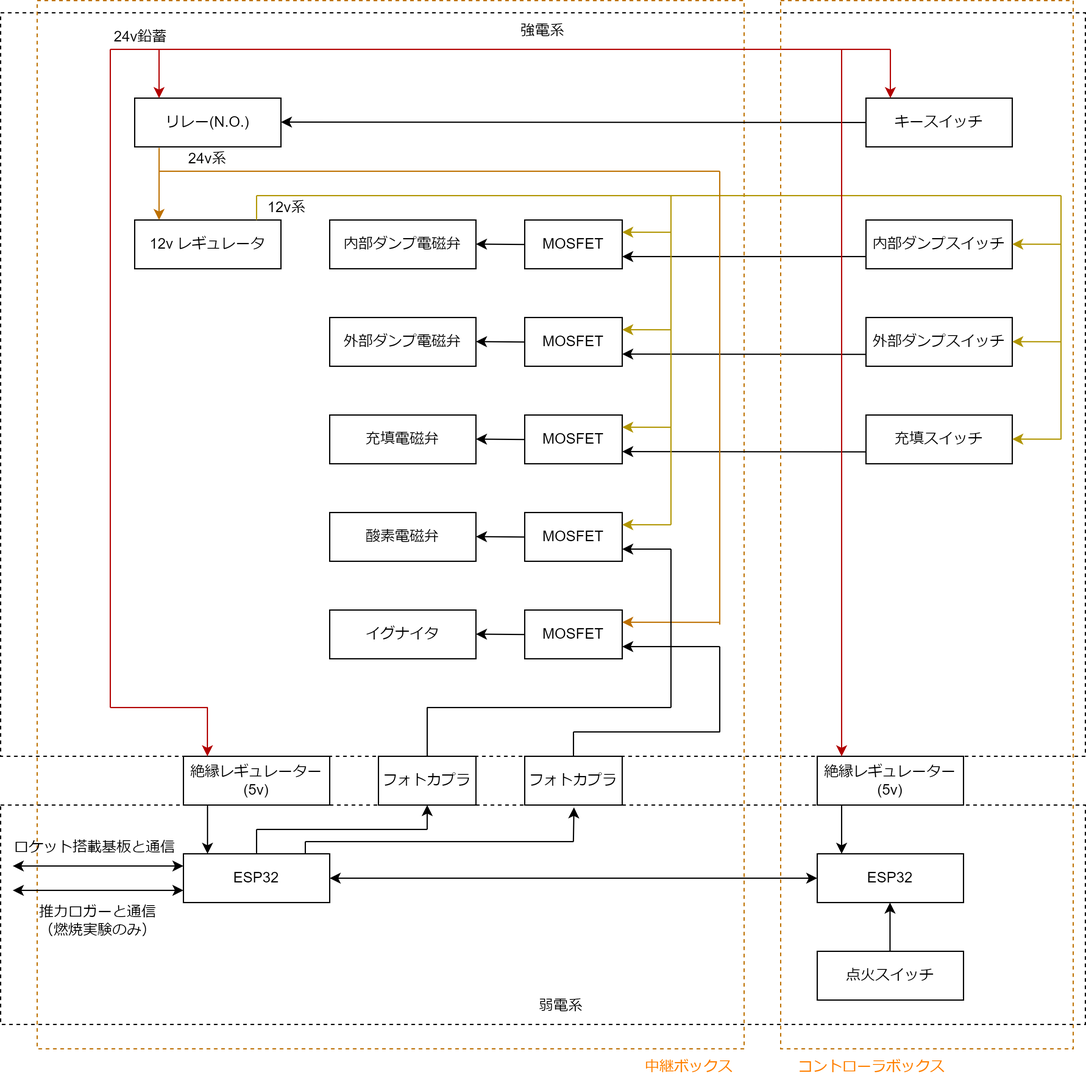
Above: documents/figures/GSEAviChart.drawio.png in CREATE-ROCKET/Avi_71L_valveSystem (draw.io), before the change. Source tidied: cells renumbered, new cells last; positions are measured from the earlier drawing's top-left corner, leaving out a move shared by most shapes.
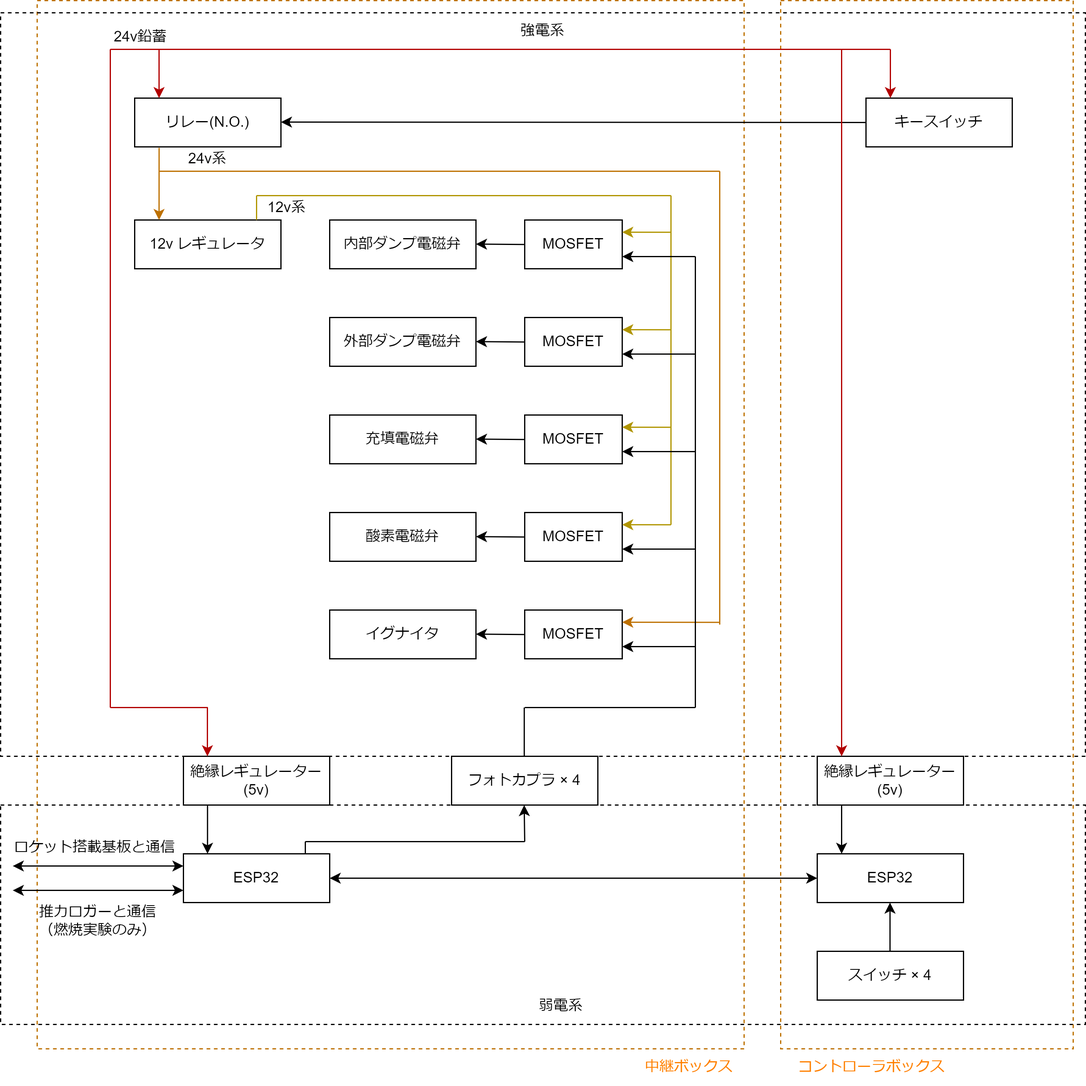
Above is the later version.

What changed in the source:
```diff
@@ -2,28 +2,22 @@
   <root>
     <mxCell id="0" />
     <mxCell id="1" parent="0" />
+    <mxCell id="4" style="rounded=0;whiteSpace=wrap;html=1;dashed=1;fillColor=none;fontColor=#000000;strokeColor=#BD7000;" parent="1" vertex="1">
+      <mxGeometry x="30" width="580" height="860" as="geometry" />
+    </mxCell>
+    <mxCell id="3" style="rounded=0;whiteSpace=wrap;html=1;fillColor=none;dashed=1;" parent="1" vertex="1">
+      <mxGeometry y="10" width="890" height="610" as="geometry" />
+    </mxCell>
     <mxCell id="2" style="rounded=0;whiteSpace=wrap;html=1;fillColor=none;dashed=1;" parent="1" vertex="1">
       <mxGeometry y="660" width="890" height="180" as="geometry" />
     </mxCell>
-    <mxCell id="3" style="rounded=0;whiteSpace=wrap;html=1;fillColor=none;dashed=1;" parent="1" vertex="1">
-      <mxGeometry y="10" width="890" height="610" as="geometry" />
-    </mxCell>
-    <mxCell id="4" style="rounded=0;whiteSpace=wrap;html=1;dashed=1;fillColor=none;fontColor=#000000;strokeColor=#BD7000;" parent="1" vertex="1">
-      <mxGeometry x="30" width="580" height="860" as="geometry" />
-    </mxCell>
-    <mxCell id="5" value="内部ダンプスイッチ" style="rounded=0;whiteSpace=wrap;html=1;" parent="1" vertex="1">
-      <mxGeometry x="710" y="180" width="120" height="40" as="geometry" />
-    </mxCell>
+    <mxCell id="86" style="rounded=0;whiteSpace=wrap;html=1;dashed=1;fillColor=none;fontColor=#000000;strokeColor=#BD7000;" parent="1" vertex="1">
+      <mxGeometry x="640" width="240" height="860" as="geometry" />
+    </mxCell>
     <mxCell id="6" value="キースイッチ" style="rounded=0;whiteSpace=wrap;html=1;" parent="1" vertex="1">
       <mxGeometry x="710" y="80" width="120" height="40" as="geometry" />
     </mxCell>
-    <mxCell id="7" value="外部ダンプスイッチ" style="rounded=0;whiteSpace=wrap;html=1;" parent="1" vertex="1">
-      <mxGeometry x="710" y="260" width="120" height="40" as="geometry" />
-    </mxCell>
-    <mxCell id="8" value="充填スイッチ" style="rounded=0;whiteSpace=wrap;html=1;" parent="1" vertex="1">
-      <mxGeometry x="710" y="340" width="120" height="40" as="geometry" />
-    </mxCell>
-    <mxCell id="9" value="点火スイッチ" style="rounded=0;whiteSpace=wrap;html=1;" parent="1" vertex="1">
+    <mxCell id="9" value="スイッチ × 4" style="rounded=0;whiteSpace=wrap;html=1;" parent="1" vertex="1">
       <mxGeometry x="670" y="780" width="120" height="40" as="geometry" />
     </mxCell>
     <mxCell id="10" value="ESP32" style="rounded=0;whiteSpace=wrap;html=1;" parent="1" vertex="1">
@@ -67,30 +61,6 @@
     <mxCell id="19" value="24v系" style="text;html=1;strokeColor=none;fillColor=none;align=center;verticalAlign=middle;whiteSpace=wrap;rounded=0;" parent="1" vertex="1">
       <mxGeometry x="145" y="110" width="50" height="40" as="geometry" />
     </mxCell>
-    <mxCell id="20" style="endArrow=classic;html=1;fillColor=#e3c800;strokeColor=#B09500;" parent="1" edge="1">
-      <mxGeometry relative="1" as="geometry">
-        <mxPoint x="870" y="199.9" as="sourcePoint" />
-        <mxPoint x="830" y="199.8" as="targetPoint" />
-      </mxGeometry>
-    </mxCell>
-    <mxCell id="21" style="endArrow=classic;html=1;fillColor=#e3c800;strokeColor=#B09500;" parent="1" edge="1">
-      <mxGeometry relative="1" as="geometry">
-        <mxPoint x="870" y="279.9" as="sourcePoint" />
-        <mxPoint x="830" y="279.8" as="targetPoint" />
-      </mxGeometry>
-    </mxCell>
-    <mxCell id="22" style="endArrow=classic;html=1;fillColor=#e3c800;strokeColor=#B09500;" parent="1" edge="1">
-      <mxGeometry relative="1" as="geometry">
-        <mxPoint x="870" y="359.8" as="sourcePoint" />
-        <mxPoint x="830" y="359.8" as="targetPoint" />
-      </mxGeometry>
-    </mxCell>
-    <mxCell id="23" style="endArrow=none;html=1;fillColor=#e3c800;strokeColor=#B09500;endFill=0;" parent="1" edge="1">
-      <mxGeometry relative="1" as="geometry">
-        <mxPoint x="870" y="160" as="sourcePoint" />
-        <mxPoint x="870" y="360" as="targetPoint" />
-      </mxGeometry>
-    </mxCell>
     <mxCell id="24" value="12v系" style="text;html=1;strokeColor=none;fillColor=none;align=center;verticalAlign=middle;whiteSpace=wrap;rounded=0;" parent="1" vertex="1">
       <mxGeometry x="210" y="150" width="50" height="40" as="geometry" />
     </mxCell>
@@ -103,7 +73,7 @@
     <mxCell id="26" style="endArrow=none;html=1;fillColor=#e3c800;strokeColor=#B09500;endFill=0;" parent="1" edge="1">
       <mxGeometry relative="1" as="geometry">
         <mxPoint x="210" y="160" as="sourcePoint" />
-        <mxPoint x="870" y="160" as="targetPoint" />
+        <mxPoint x="550" y="160" as="targetPoint" />
       </mxGeometry>
     </mxCell>
     <mxCell id="27" style="endArrow=none;html=1;fillColor=#e3c800;strokeColor=#B09500;endFill=0;" parent="1" edge="1">
@@ -158,19 +128,6 @@
         <mxPoint x="390" y="359.8" as="targetPoint" />
       </mxGeometry>
     </mxCell>
-    <mxCell id="39" style="endArrow=classic;html=1;exitX=0;exitY=0.75;exitDx=0;exitDy=0;entryX=1;entryY=0.75;entryDx=0;entryDy=0;" parent="1" edge="1" source="5" target="30">
-      <mxGeometry relative="1" as="geometry" />
-    </mxCell>
-    <mxCell id="40" style="endArrow=classic;html=1;exitX=0;exitY=0.75;exitDx=0;exitDy=0;entryX=1;entryY=0.75;entryDx=0;entryDy=0;" parent="1" edge="1" target="33">
-      <mxGeometry relative="1" as="geometry">
-        <mxPoint x="710" y="290.2" as="sourcePoint" />
-      </mxGeometry>
-    </mxCell>
-    <mxCell id="41" style="endArrow=classic;html=1;exitX=0;exitY=0.75;exitDx=0;exitDy=0;entryX=1;entryY=0.75;entryDx=0;entryDy=0;" parent="1" edge="1" target="36">
-      <mxGeometry relative="1" as="geometry">
-        <mxPoint x="710" y="370.2" as="sourcePoint" />
-      </mxGeometry>
-    </mxCell>
     <mxCell id="42" style="endArrow=none;html=1;fillColor=#e3c800;strokeColor=#B09500;endFill=0;" parent="1" edge="1">
       <mxGeometry relative="1" as="geometry">
         <mxPoint x="550" y="430" as="sourcePoint" />
@@ -243,56 +200,31 @@
         <mxPoint x="130" y="140" as="targetPoint" />
       </mxGeometry>
     </mxCell>
-    <mxCell id="56" style="edgeStyle=none;html=1;endArrow=none;endFill=0;" parent="1" edge="1" source="57">
+    <mxCell id="56" style="edgeStyle=none;html=1;endArrow=none;endFill=0;" parent="1" edge="1">
       <mxGeometry relative="1" as="geometry">
-        <mxPoint x="350" y="580" as="targetPoint" />
+        <mxPoint x="429.6" y="620" as="sourcePoint" />
+        <mxPoint x="429.6" y="580" as="targetPoint" />
       </mxGeometry>
     </mxCell>
-    <mxCell id="57" value="フォトカプラ" style="rounded=0;whiteSpace=wrap;html=1;" parent="1" vertex="1">
-      <mxGeometry x="310" y="620" width="80" height="40" as="geometry" />
-    </mxCell>
-    <mxCell id="58" style="edgeStyle=none;html=1;endArrow=none;endFill=0;" parent="1" edge="1" source="59">
-      <mxGeometry relative="1" as="geometry">
-        <mxPoint x="470" y="600" as="targetPoint" />
-      </mxGeometry>
-    </mxCell>
-    <mxCell id="59" value="フォトカプラ" style="rounded=0;whiteSpace=wrap;html=1;" parent="1" vertex="1">
-      <mxGeometry x="430" y="620" width="80" height="40" as="geometry" />
+    <mxCell id="59" value="フォトカプラ × 4" style="rounded=0;whiteSpace=wrap;html=1;" parent="1" vertex="1">
+      <mxGeometry x="370" y="620" width="120" height="40" as="geometry" />
     </mxCell>
-    <mxCell id="60" style="endArrow=classic;html=1;entryX=1;entryY=0.75;entryDx=0;entryDy=0;" parent="1" edge="1">
-      <mxGeometry relative="1" as="geometry">
-        <mxPoint x="550" y="450" as="sourcePoint" />
-        <mxPoint x="510" y="450" as="targetPoint" />
-      </mxGeometry>
-    </mxCell>
     <mxCell id="61" style="endArrow=classic;html=1;entryX=1;entryY=0.75;entryDx=0;entryDy=0;" parent="1" edge="1">
       <mxGeometry relative="1" as="geometry">
-        <mxPoint x="590" y="530" as="sourcePoint" />
+        <mxPoint x="570" y="530" as="sourcePoint" />
         <mxPoint x="510" y="530" as="targetPoint" />
       </mxGeometry>
     </mxCell>
     <mxCell id="62" style="endArrow=none;html=1;endFill=0;" parent="1" edge="1">
       <mxGeometry relative="1" as="geometry">
-        <mxPoint x="550" y="450" as="sourcePoint" />
-        <mxPoint x="550" y="580" as="targetPoint" />
+        <mxPoint x="570" y="210" as="sourcePoint" />
+        <mxPoint x="570" y="580" as="targetPoint" />
       </mxGeometry>
     </mxCell>
-    <mxCell id="63" style="endArrow=none;html=1;endFill=0;" parent="1" edge="1">
-      <mxGeometry relative="1" as="geometry">
-        <mxPoint x="550" y="580" as="sourcePoint" />
-        <mxPoint x="349.8" y="580" as="targetPoint" />
-      </mxGeometry>
-    </mxCell>
-    <mxCell id="64" style="endArrow=none;html=1;endFill=0;" parent="1" edge="1">
-      <mxGeometry relative="1" as="geometry">
-        <mxPoint x="590" y="530" as="sourcePoint" />
-        <mxPoint x="590" y="600" as="targetPoint" />
-      </mxGeometry>
-    </mxCell>
     <mxCell id="65" style="endArrow=none;html=1;endFill=0;" parent="1" edge="1">
       <mxGeometry relative="1" as="geometry">
-        <mxPoint x="590.2" y="600" as="sourcePoint" />
-        <mxPoint x="470" y="600" as="targetPoint" />
+        <mxPoint x="570" y="580" as="sourcePoint" />
+        <mxPoint x="430" y="580" as="targetPoint" />
       </mxGeometry>
     </mxCell>
     <mxCell id="66" value="絶縁レギュレーター&lt;br&gt;(5v)" style="rounded=0;whiteSpace=wrap;html=1;" parent="1" vertex="1">
@@ -348,37 +280,21 @@
     <mxCell id="76" style="endArrow=none;startArrow=none;html=1;startFill=0;endFill=0;" parent="1" edge="1">
       <mxGeometry relative="1" as="geometry">
         <mxPoint x="250" y="690" as="sourcePoint" />
-        <mxPoint x="470" y="690" as="targetPoint" />
+        <mxPoint x="430" y="690" as="targetPoint" />
       </mxGeometry>
     </mxCell>
-    <mxCell id="77" style="endArrow=none;startArrow=none;html=1;startFill=0;endFill=0;" parent="1" edge="1">
-      <mxGeometry relative="1" as="geometry">
-        <mxPoint x="210" y="680" as="sourcePoint" />
-        <mxPoint x="350" y="680" as="targetPoint" />
-      </mxGeometry>
-    </mxCell>
-    <mxCell id="78" style="endArrow=classic;html=1;entryX=0.5;entryY=1;entryDx=0;entryDy=0;" parent="1" edge="1" target="57">
+    <mxCell id="78" style="endArrow=classic;html=1;entryX=0.5;entryY=1;entryDx=0;entryDy=0;" parent="1" edge="1">
       <mxGeometry relative="1" as="geometry">
-        <mxPoint x="350" y="680" as="sourcePoint" />
+        <mxPoint x="430" y="690" as="sourcePoint" />
+        <mxPoint x="429.6" y="660" as="targetPoint" />
       </mxGeometry>
     </mxCell>
-    <mxCell id="79" style="endArrow=classic;html=1;entryX=0.505;entryY=1.047;entryDx=0;entryDy=0;entryPerimeter=0;" parent="1" edge="1" target="59">
-      <mxGeometry relative="1" as="geometry">
-        <mxPoint x="469.9" y="690" as="sourcePoint" />
-      </mxGeometry>
-    </mxCell>
     <mxCell id="80" style="endArrow=none;html=1;endFill=0;" parent="1" edge="1">
       <mxGeometry relative="1" as="geometry">
         <mxPoint x="250" y="690" as="sourcePoint" />
         <mxPoint x="250" y="700" as="targetPoint" />
       </mxGeometry>
     </mxCell>
-    <mxCell id="81" style="endArrow=none;html=1;endFill=0;" parent="1" edge="1">
-      <mxGeometry relative="1" as="geometry">
-        <mxPoint x="210" y="680" as="sourcePoint" />
-        <mxPoint x="210" y="700" as="targetPoint" />
-      </mxGeometry>
-    </mxCell>
     <mxCell id="82" style="endArrow=classic;startArrow=classic;html=1;" parent="1" edge="1">
       <mxGeometry relative="1" as="geometry">
         <mxPoint x="10" y="730" as="sourcePoint" />
@@ -394,14 +310,35 @@
     <mxCell id="85" value="強電系" style="text;html=1;strokeColor=none;fillColor=none;align=center;verticalAlign=middle;whiteSpace=wrap;rounded=0;dashed=1;" parent="1" vertex="1">
       <mxGeometry x="415" y="10" width="60" height="30" as="geometry" />
     </mxCell>
-    <mxCell id="86" style="rounded=0;whiteSpace=wrap;html=1;dashed=1;fillColor=none;fontColor=#000000;strokeColor=#BD7000;" parent="1" vertex="1">
-      <mxGeometry x="640" width="240" height="860" as="geometry" />
-    </mxCell>
     <mxCell id="87" value="&lt;font color=&quot;#ff8000&quot;&gt;中継ボックス&lt;/font&gt;" style="text;html=1;strokeColor=none;fillColor=none;align=center;verticalAlign=middle;whiteSpace=wrap;rounded=0;dashed=1;" parent="1" vertex="1">
       <mxGeometry x="500" y="860" width="130" height="30" as="geometry" />
     </mxCell>
     <mxCell id="88" value="&lt;font color=&quot;#ff8000&quot;&gt;コントローラボックス&lt;/font&gt;" style="text;html=1;strokeColor=none;fillColor=none;align=center;verticalAlign=middle;whiteSpace=wrap;rounded=0;dashed=1;" parent="1" vertex="1">
       <mxGeometry x="630" y="860" width="170" height="30" as="geometry" />
     </mxCell>
+    <mxCell id="89" style="endArrow=classic;html=1;entryX=1;entryY=0.75;entryDx=0;entryDy=0;" parent="1" edge="1">
+      <mxGeometry relative="1" as="geometry">
+        <mxPoint x="570" y="450" as="sourcePoint" />
+        <mxPoint x="510" y="450" as="targetPoint" />
+      </mxGeometry>
+    </mxCell>
+    <mxCell id="90" style="endArrow=classic;html=1;entryX=1;entryY=0.75;entryDx=0;entryDy=0;" parent="1" edge="1">
+      <mxGeometry relative="1" as="geometry">
+        <mxPoint x="570" y="370" as="sourcePoint" />
+        <mxPoint x="510" y="370" as="targetPoint" />
+      </mxGeometry>
+    </mxCell>
+    <mxCell id="91" style="endArrow=classic;html=1;entryX=1;entryY=0.75;entryDx=0;entryDy=0;" parent="1" edge="1">
+      <mxGeometry relative="1" as="geometry">
+        <mxPoint x="570" y="290" as="sourcePoint" />
+        <mxPoint x="510" y="290" as="targetPoint" />
+      </mxGeometry>
+    </mxCell>
+    <mxCell id="92" style="endArrow=classic;html=1;entryX=1;entryY=0.75;entryDx=0;entryDy=0;" parent="1" edge="1">
+      <mxGeometry relative="1" as="geometry">
+        <mxPoint x="570" y="210" as="sourcePoint" />
+        <mxPoint x="510" y="210" as="targetPoint" />
+      </mxGeometry>
+    </mxCell>
   </root>
 </mxGraphModel>
```
